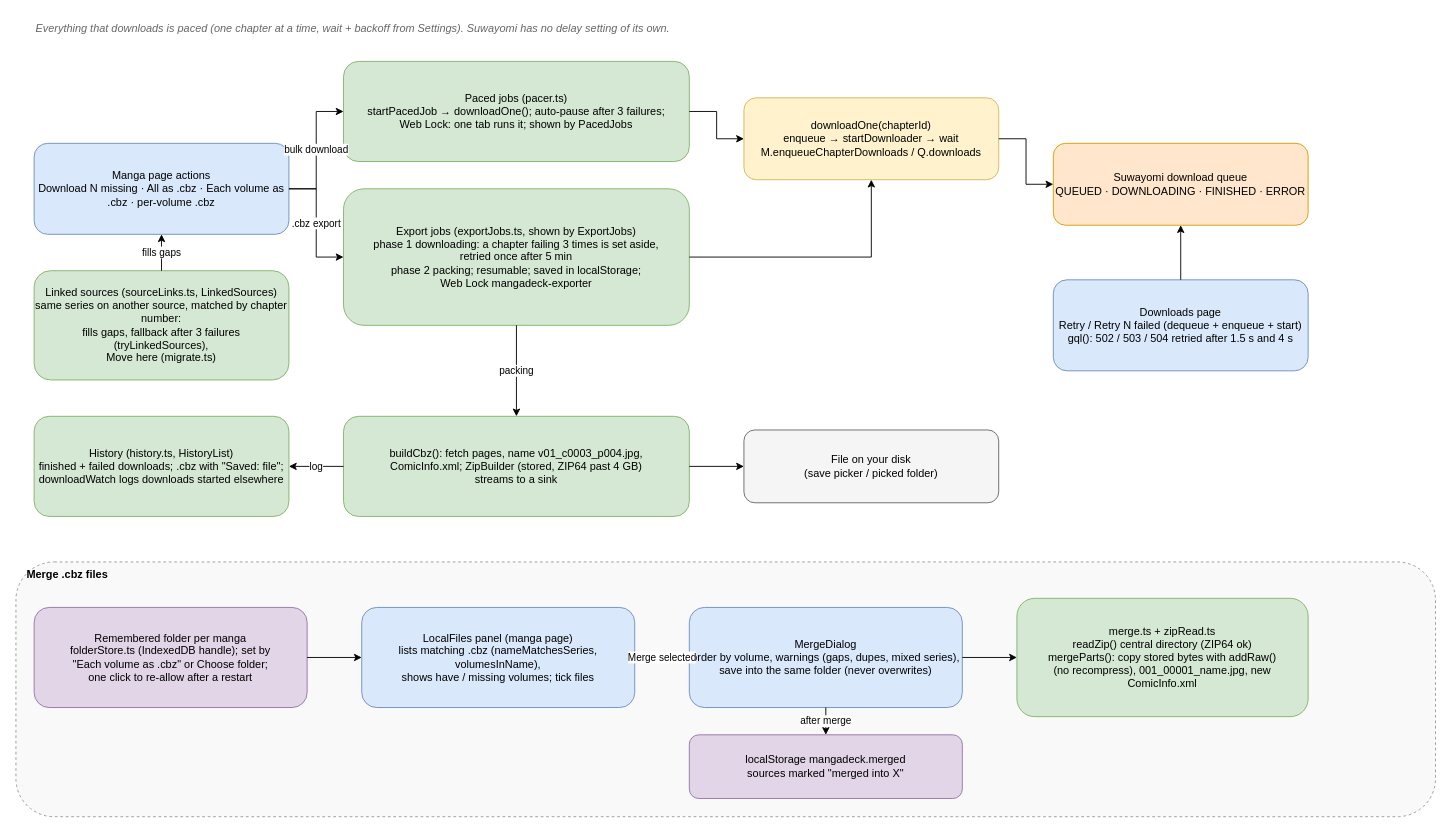
The draw.io diagram page "3 Downloads, exports, merge" (3 of 3) of docs/architecture.drawio in KingKag3/MangaDeck, before the edit. Source tidied: cells renumbered, new cells numbered last; positions are measured from the earlier drawing's top-left corner, leaving out a move shared by most shapes. Both pictures are drawn from the tidied source at 91%, with x=0, y=0 at pixel (15, 15).
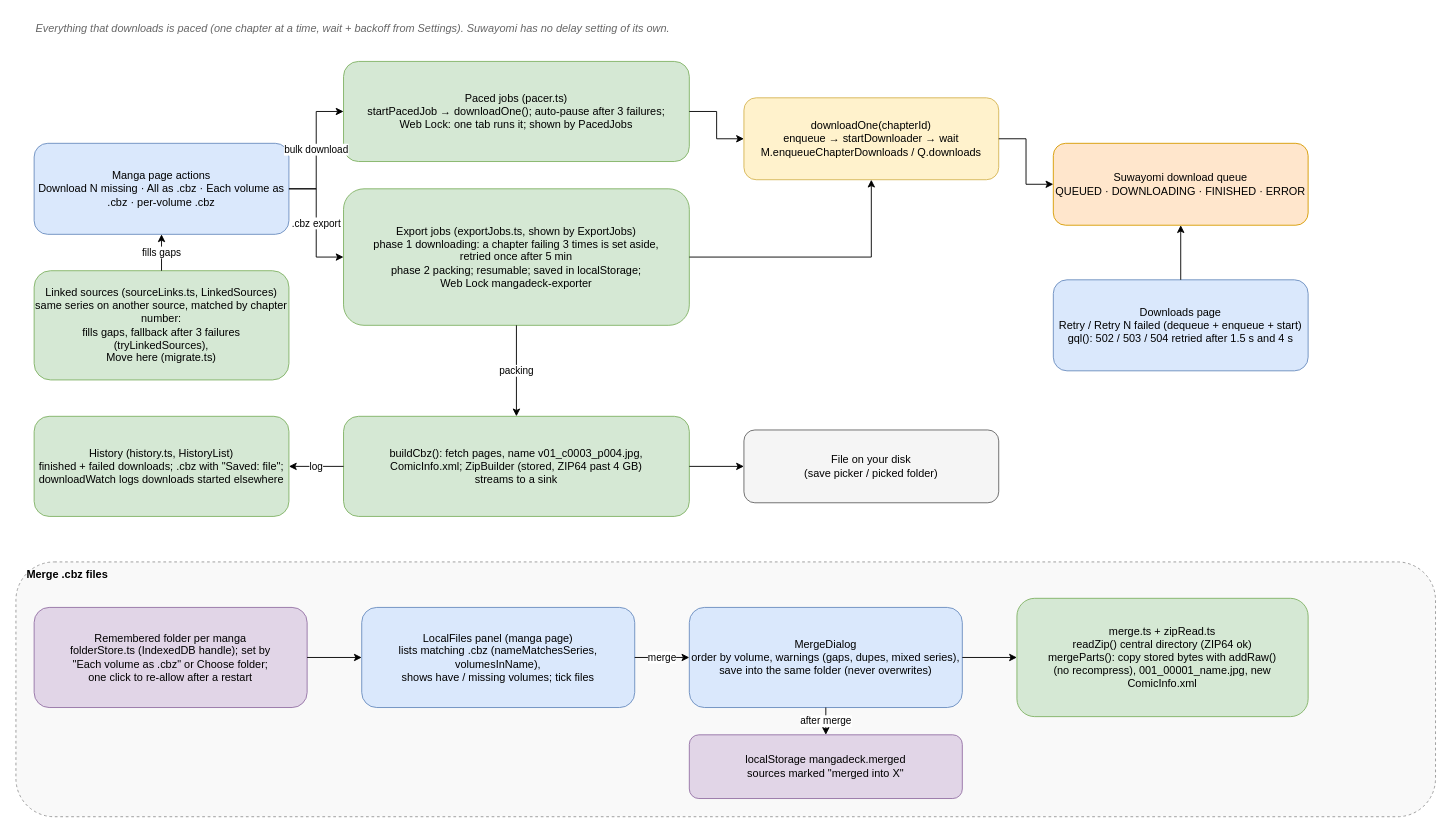
After the change.

The change refers to these unchanged cells:
```xml
<mxCell id="15" value="LocalFiles panel (manga page)&lt;br&gt;lists matching .cbz (nameMatchesSeries, volumesInName),&lt;br&gt;shows have / missing volumes; tick files" style="rounded=1;whiteSpace=wrap;html=1;fillColor=#dae8fc;strokeColor=#6c8ebf;" parent="1" vertex="1">
  <mxGeometry x="380" y="650" width="300" height="110" as="geometry" />
</mxCell>
<mxCell id="16" value="MergeDialog&lt;br&gt;order by volume, warnings (gaps, dupes, mixed series),&lt;br&gt;save into the same folder (never overwrites)" style="rounded=1;whiteSpace=wrap;html=1;fillColor=#dae8fc;strokeColor=#6c8ebf;" parent="1" vertex="1">
  <mxGeometry x="740" y="650" width="300" height="110" as="geometry" />
</mxCell>
```

What changed in the source:
```diff
@@
-    <mxCell id="30" value="Merge selected" style="endArrow=classic;html=1;rounded=0;edgeStyle=orthogonalEdgeStyle;" parent="1" edge="1" source="15" target="16">
+    <mxCell id="30" value="merge" style="endArrow=classic;html=1;rounded=0;edgeStyle=orthogonalEdgeStyle;" parent="1" edge="1" source="15" target="16">
       <mxGeometry relative="1" as="geometry" />
     </mxCell>
```
